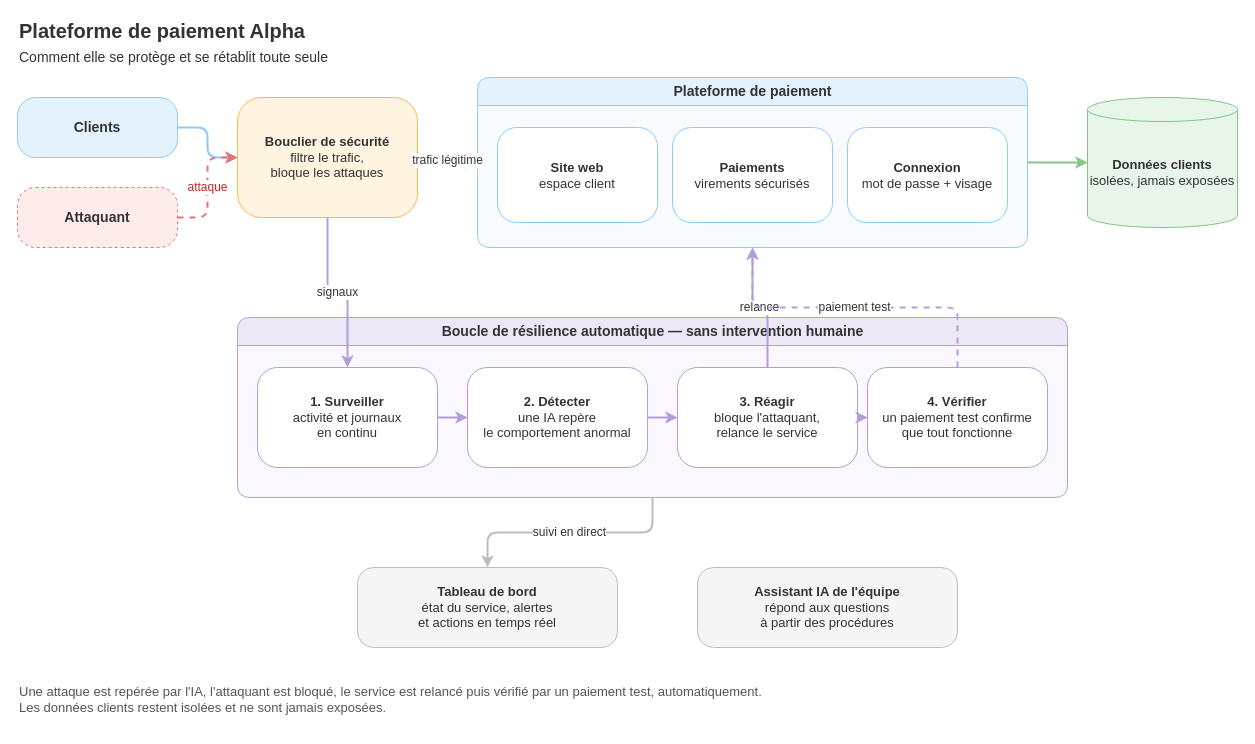
Before: docs/diagrams/architecture-client.drawio in Rococo77/Workshop-26, a draw.io diagram. Source tidied: cells renumbered, new cells numbered last; positions are measured from the earlier drawing's top-left corner, leaving out a move shared by most shapes. Both pictures are drawn from the tidied source at 100%, with x=0, y=0 at pixel (17, 17).
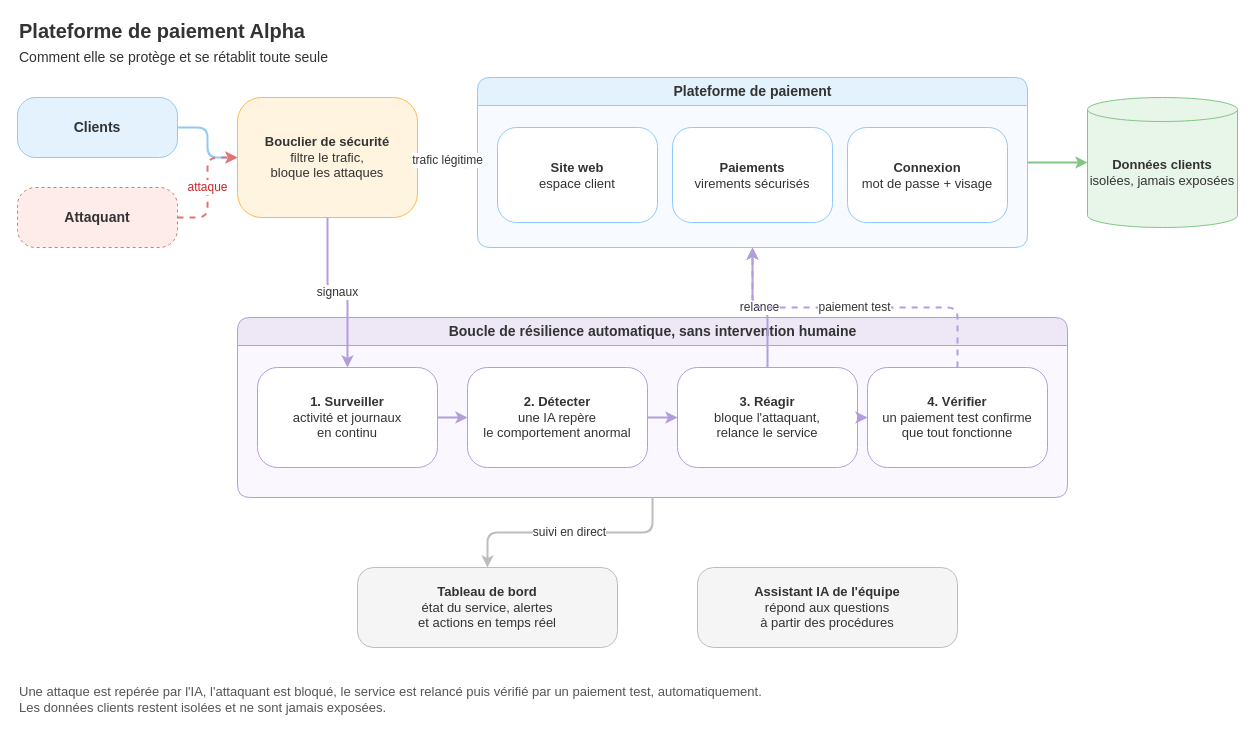
After the change.

Diff of the diagram source:
```diff
@@
-    <mxCell id="11" value="Boucle de résilience automatique — sans intervention humaine" style="swimlane;startSize=28;html=1;rounded=1;fontSize=14;fontStyle=1;fillColor=#ede7f6;strokeColor=#b39ddb;fontColor=#333333;swimlaneFillColor=#faf8fe;" parent="1" vertex="1">
+    <mxCell id="11" value="Boucle de résilience automatique, sans intervention humaine" style="swimlane;startSize=28;html=1;rounded=1;fontSize=14;fontStyle=1;fillColor=#ede7f6;strokeColor=#b39ddb;fontColor=#333333;swimlaneFillColor=#faf8fe;" parent="1" vertex="1">
       <mxGeometry x="220" y="300" width="830" height="180" as="geometry" />
     </mxCell>
```
